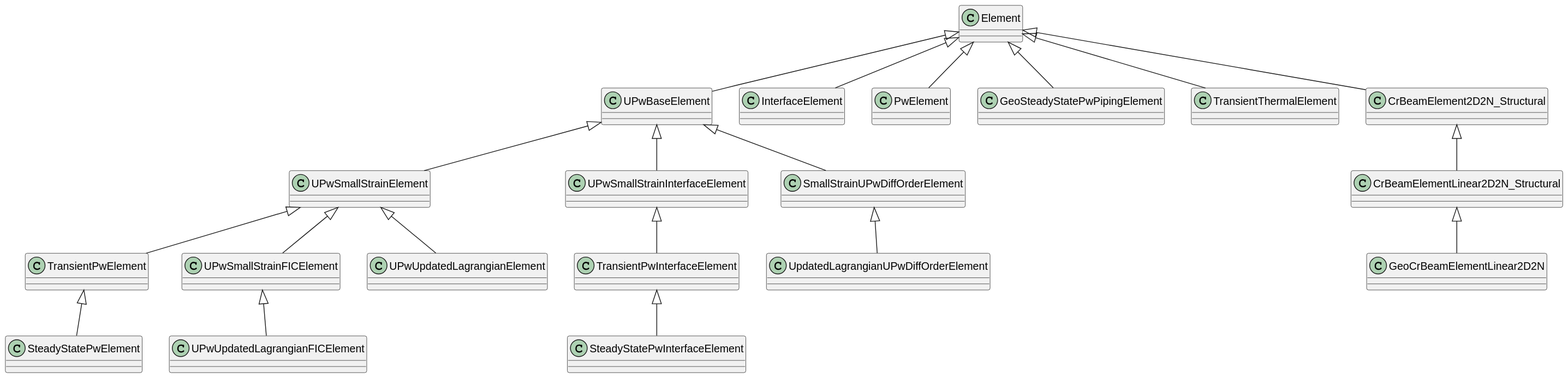
Earlier version of the PlantUML export applications/GeoMechanicsApplication/custom_elements/element_hierarchy.svg (KratosMultiphysics/Kratos).
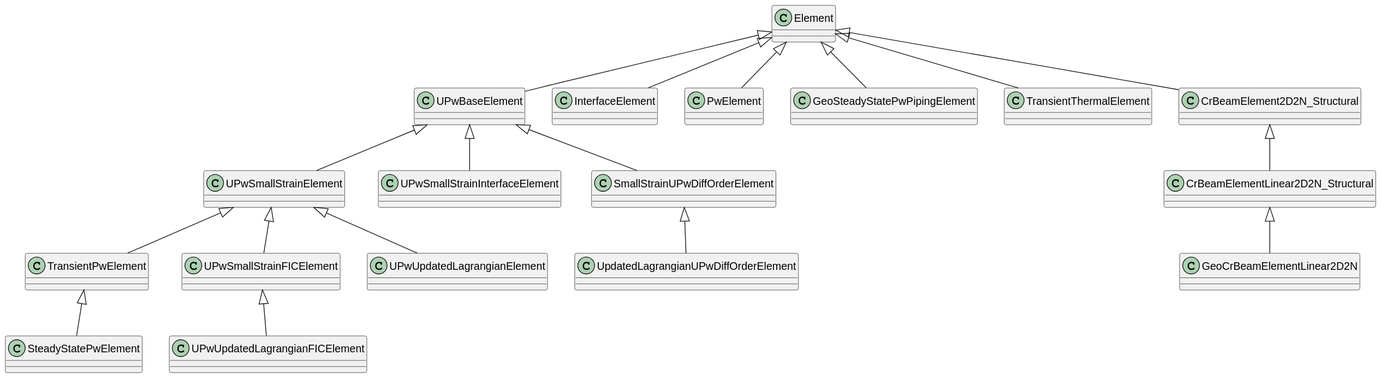
After the change.

What changed in the source:
```diff
@@ -12,8 +12,6 @@
 class UPwUpdatedLagrangianElement
 
 class UPwSmallStrainInterfaceElement
-class TransientPwInterfaceElement
-class SteadyStatePwInterfaceElement
 
 Element <|-- UPwBaseElement
 UPwBaseElement <|-- UPwSmallStrainElement
@@ -31,8 +29,6 @@
 SmallStrainUPwDiffOrderElement <|-- UpdatedLagrangianUPwDiffOrderElement
 
 UPwBaseElement <|-- UPwSmallStrainInterfaceElement
-UPwSmallStrainInterfaceElement <|-- TransientPwInterfaceElement
-TransientPwInterfaceElement <|-- SteadyStatePwInterfaceElement
 
 class InterfaceElement
 Element <|-- InterfaceElement
```
